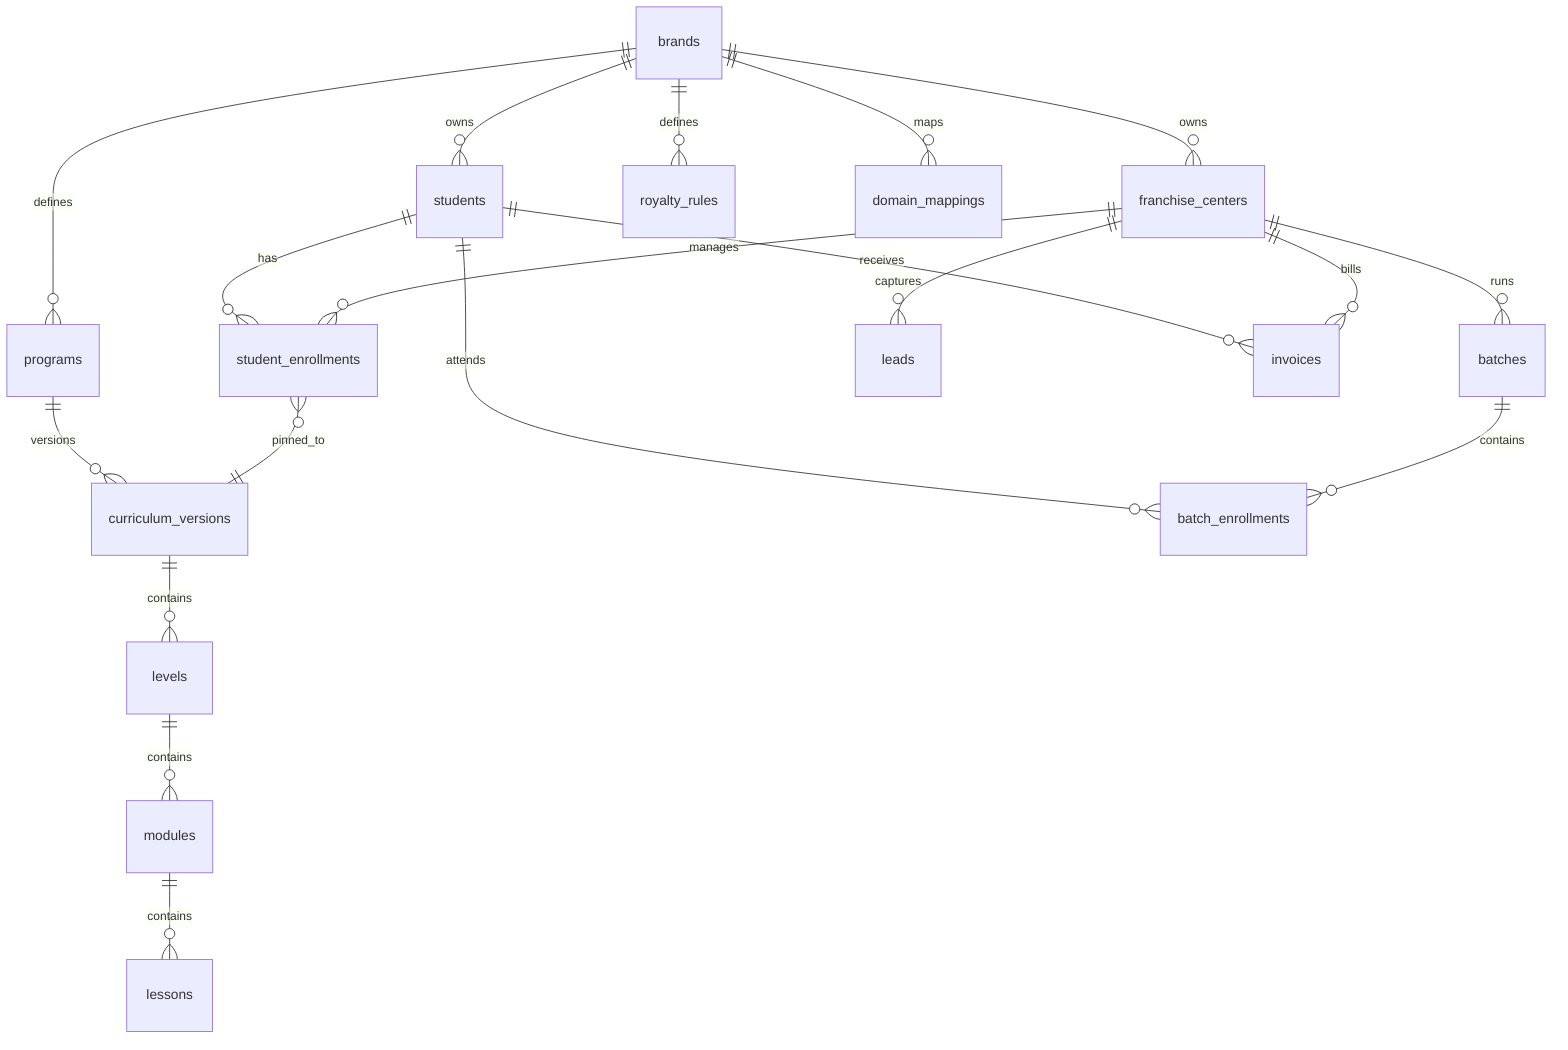
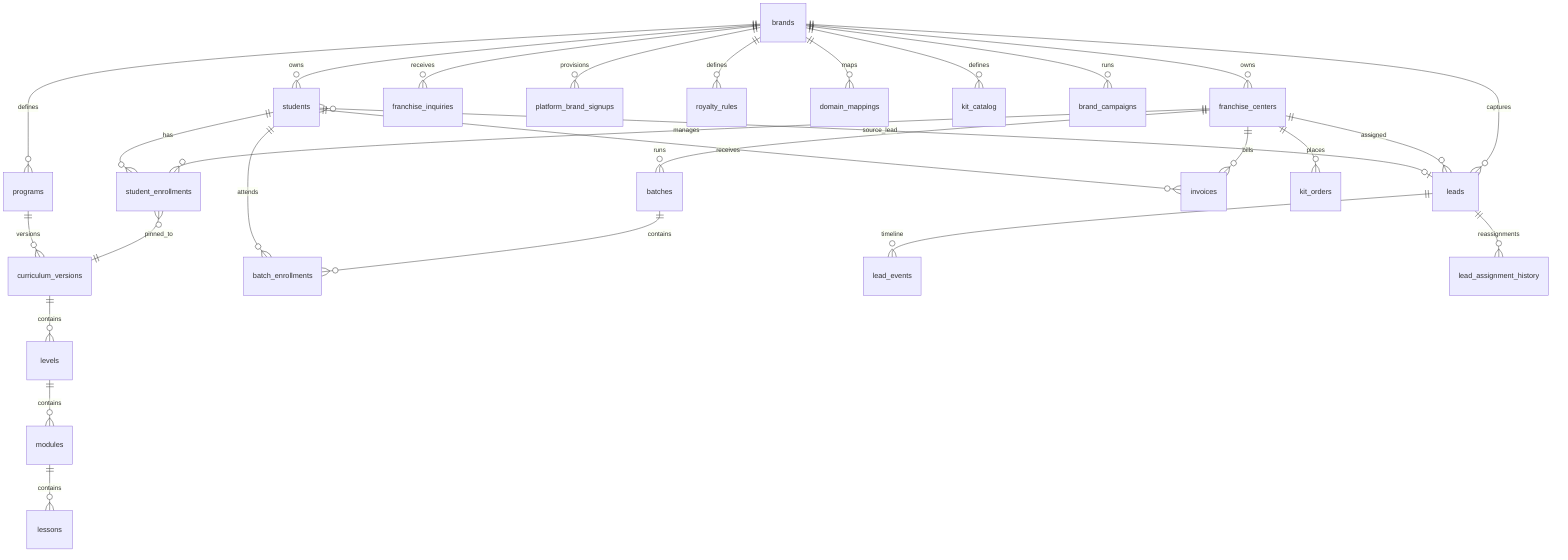
erDiagram
  brands ||--o{ franchise_centers : owns
  brands ||--o{ programs : defines
  brands ||--o{ students : owns
+   brands ||--o{ leads : captures
+   brands ||--o{ franchise_inquiries : receives
+   brands ||--o{ platform_brand_signups : provisions
  franchise_centers ||--o{ student_enrollments : manages
+   franchise_centers ||--o{ leads : assigned
  students ||--o{ student_enrollments : has
+   students }o--o| leads : source_lead
  student_enrollments }o--|| curriculum_versions : pinned_to
  programs ||--o{ curriculum_versions : versions
  curriculum_versions ||--o{ levels : contains
  levels ||--o{ modules : contains
  modules ||--o{ lessons : contains
  franchise_centers ||--o{ batches : runs
  batches ||--o{ batch_enrollments : contains
  students ||--o{ batch_enrollments : attends
-   franchise_centers ||--o{ leads : captures
  franchise_centers ||--o{ invoices : bills
  students ||--o{ invoices : receives
  brands ||--o{ royalty_rules : defines
  brands ||--o{ domain_mappings : maps
+   leads ||--o{ lead_events : timeline
+   leads ||--o{ lead_assignment_history : reassignments
+   brands ||--o{ kit_catalog : defines
+   franchise_centers ||--o{ kit_orders : places
+   brands ||--o{ brand_campaigns : runs
